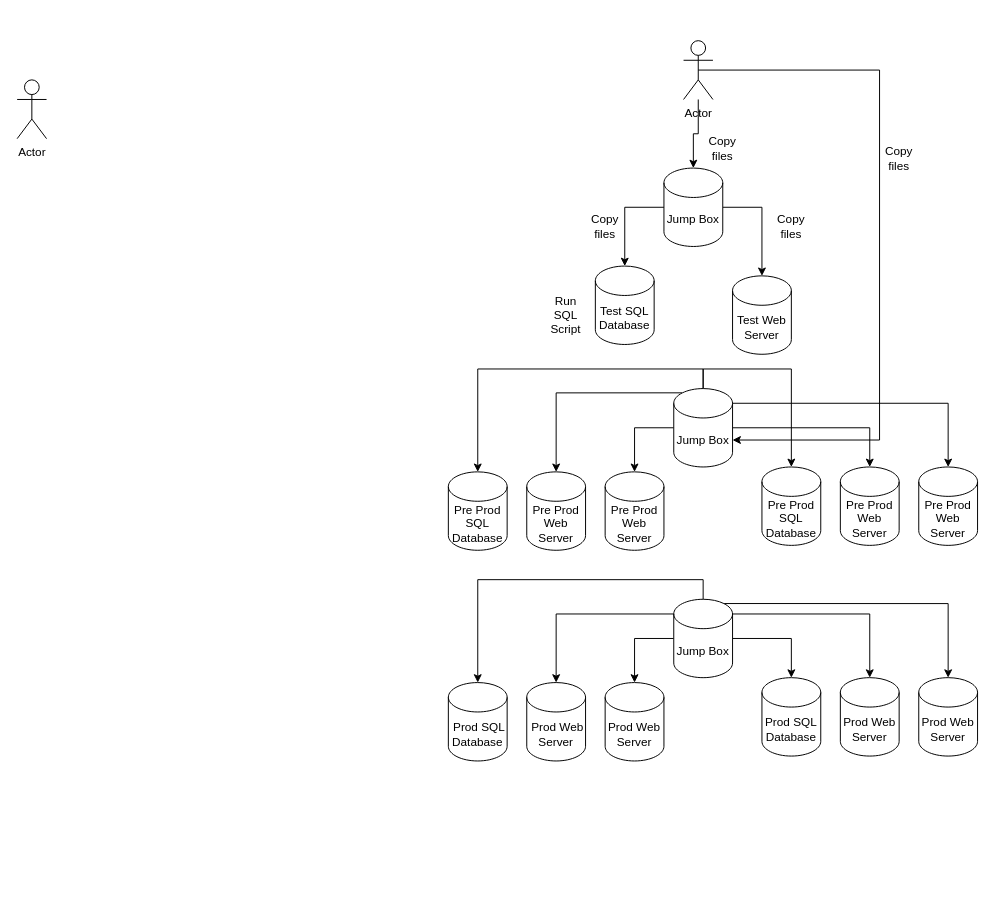
Earlier version of the draw.io diagram AutomatedDeployments.drawio (mattwatts36/drawings). Source tidied: cells renumbered, new cells numbered last; positions are measured from the earlier drawing's top-left corner, leaving out a move shared by most shapes. Both pictures are drawn from the tidied source at 98%, with x=0, y=0 at pixel (17, 40).
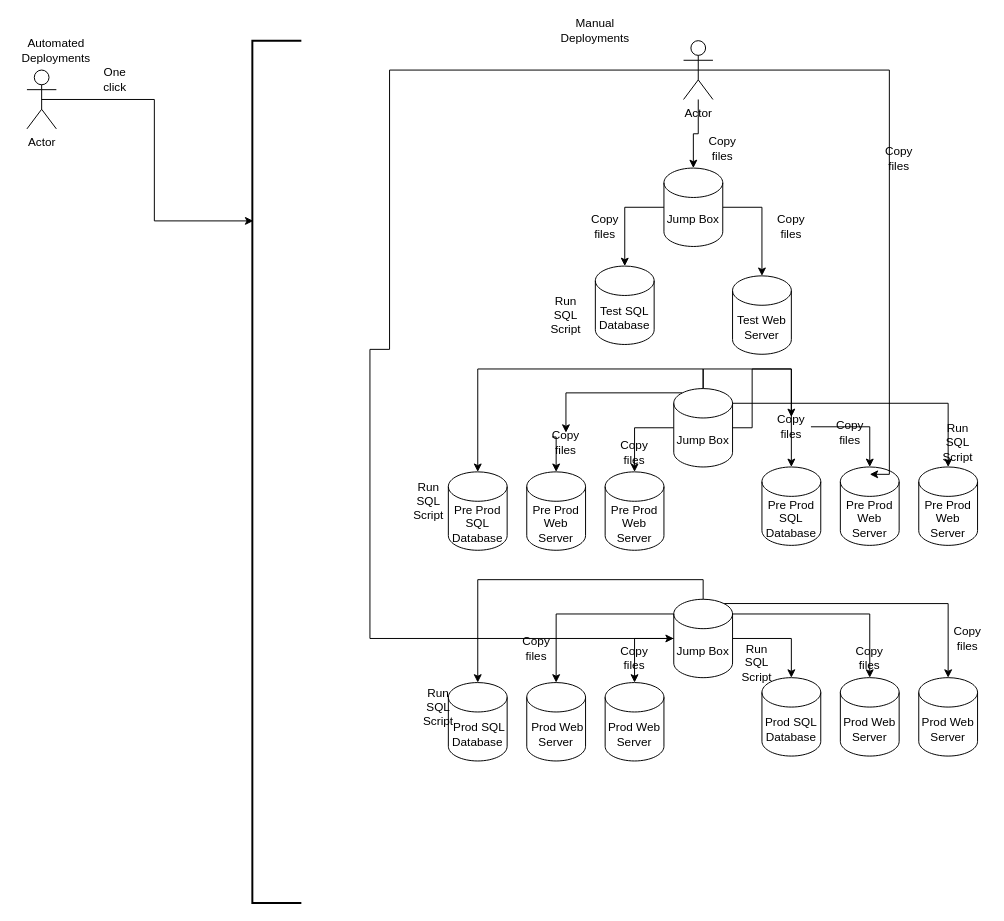
Above is the later version.

The change refers to these unchanged cells:
```xml
<mxCell id="5" value="Actor" style="shape=umlActor;verticalLabelPosition=bottom;verticalAlign=top;html=1;outlineConnect=0;" parent="1" vertex="1">
  <mxGeometry x="680" width="30" height="60" as="geometry" />
</mxCell>
<mxCell id="9" value="Pre Prod Web Server" style="shape=cylinder3;whiteSpace=wrap;html=1;boundedLbl=1;backgroundOutline=1;size=15;" parent="1" vertex="1">
  <mxGeometry x="520" y="440" width="60" height="80" as="geometry" />
</mxCell>
<mxCell id="19" value="Pre Prod Web Server" style="shape=cylinder3;whiteSpace=wrap;html=1;boundedLbl=1;backgroundOutline=1;size=15;" parent="1" vertex="1">
  <mxGeometry x="840" y="435" width="60" height="80" as="geometry" />
</mxCell>
<mxCell id="27" value="Jump Box" style="shape=cylinder3;whiteSpace=wrap;html=1;boundedLbl=1;backgroundOutline=1;size=15;" parent="1" vertex="1">
  <mxGeometry x="670" y="355" width="60" height="80" as="geometry" />
</mxCell>
<mxCell id="35" value="Jump Box" style="shape=cylinder3;whiteSpace=wrap;html=1;boundedLbl=1;backgroundOutline=1;size=15;" parent="1" vertex="1">
  <mxGeometry x="670" y="570" width="60" height="80" as="geometry" />
</mxCell>
```

What changed in the source:
```diff
@@
+    <mxCell id="42" style="edgeStyle=orthogonalEdgeStyle;rounded=0;jettySize=auto;html=1;exitX=0.5;exitY=0.5;exitDx=0;exitDy=0;exitPerimeter=0;entryX=0.02;entryY=0.209;entryDx=0;entryDy=0;entryPerimeter=0;" parent="1" edge="1" source="2" target="61">
+      <mxGeometry relative="1" as="geometry" />
+    </mxCell>
     <mxCell id="2" value="Actor" style="shape=umlActor;verticalLabelPosition=bottom;verticalAlign=top;html=1;outlineConnect=0;" parent="1" vertex="1">
-      <mxGeometry y="40" width="30" height="60" as="geometry" />
+      <mxGeometry x="10" y="30" width="30" height="60" as="geometry" />
     </mxCell>
@@
-    <mxCell id="4" style="edgeStyle=orthogonalEdgeStyle;rounded=0;jettySize=auto;html=1;exitX=0.5;exitY=0.5;exitDx=0;exitDy=0;exitPerimeter=0;entryX=1;entryY=0;entryDx=0;entryDy=52.5;entryPerimeter=0;" parent="1" edge="1" source="5" target="27">
-      <mxGeometry relative="1" as="geometry">
-        <Array as="points">
-          <mxPoint x="880" y="30" />
-          <mxPoint x="880" y="408" />
-        </Array>
-      </mxGeometry>
-    </mxCell>
+    <mxCell id="43" style="edgeStyle=orthogonalEdgeStyle;rounded=0;jettySize=auto;html=1;exitX=0.5;exitY=0.5;exitDx=0;exitDy=0;exitPerimeter=0;" parent="1" edge="1" source="5" target="35">
+      <mxGeometry relative="1" as="geometry">
+        <Array as="points">
+          <mxPoint x="380" y="30" />
+          <mxPoint x="380" y="315" />
+          <mxPoint x="360" y="315" />
+          <mxPoint x="360" y="610" />
+        </Array>
+      </mxGeometry>
+    </mxCell>
@@
-    <mxCell id="22" style="edgeStyle=orthogonalEdgeStyle;rounded=0;jettySize=auto;html=1;exitX=0.145;exitY=0;exitDx=0;exitDy=4.35;exitPerimeter=0;entryX=0.5;entryY=0;entryDx=0;entryDy=0;entryPerimeter=0;" parent="1" edge="1" source="27" target="9">
+    <mxCell id="22" style="edgeStyle=orthogonalEdgeStyle;rounded=0;jettySize=auto;html=1;exitX=0.145;exitY=0;exitDx=0;exitDy=4.35;exitPerimeter=0;entryX=0.5;entryY=0;entryDx=0;entryDy=0;entryPerimeter=0;" parent="1" edge="1" source="46" target="9">
       <mxGeometry relative="1" as="geometry" />
     </mxCell>
@@
-    <mxCell id="25" style="edgeStyle=orthogonalEdgeStyle;rounded=0;jettySize=auto;html=1;exitX=1;exitY=0.5;exitDx=0;exitDy=0;exitPerimeter=0;entryX=0.5;entryY=0;entryDx=0;entryDy=0;entryPerimeter=0;" parent="1" edge="1" source="27" target="19">
+    <mxCell id="25" style="edgeStyle=orthogonalEdgeStyle;rounded=0;jettySize=auto;html=1;exitX=1;exitY=0.5;exitDx=0;exitDy=0;exitPerimeter=0;entryX=0.5;entryY=0;entryDx=0;entryDy=0;entryPerimeter=0;" parent="1" edge="1" source="51" target="19">
       <mxGeometry relative="1" as="geometry" />
     </mxCell>
@@
+    <mxCell id="44" value="Run SQL Script" style="text;html=1;strokeColor=none;fillColor=none;align=center;verticalAlign=middle;whiteSpace=wrap;rounded=0;" parent="1" vertex="1">
+      <mxGeometry x="400" y="460" width="40" height="20" as="geometry" />
+    </mxCell>
+    <mxCell id="45" value="Run SQL Script" style="text;html=1;strokeColor=none;fillColor=none;align=center;verticalAlign=middle;whiteSpace=wrap;rounded=0;" parent="1" vertex="1">
+      <mxGeometry x="940" y="400" width="40" height="20" as="geometry" />
+    </mxCell>
+    <mxCell id="46" value="Copy files" style="text;html=1;strokeColor=none;fillColor=none;align=center;verticalAlign=middle;whiteSpace=wrap;rounded=0;" parent="1" vertex="1">
+      <mxGeometry x="540" y="400" width="40" height="20" as="geometry" />
+    </mxCell>
+    <mxCell id="47" style="edgeStyle=orthogonalEdgeStyle;rounded=0;jettySize=auto;html=1;exitX=0.145;exitY=0;exitDx=0;exitDy=4.35;exitPerimeter=0;entryX=0.5;entryY=0;entryDx=0;entryDy=0;entryPerimeter=0;" parent="1" edge="1" source="27" target="46">
+      <mxGeometry relative="1" as="geometry" />
+    </mxCell>
+    <mxCell id="48" value="Copy files" style="text;html=1;strokeColor=none;fillColor=none;align=center;verticalAlign=middle;whiteSpace=wrap;rounded=0;" parent="1" vertex="1">
+      <mxGeometry x="610" y="410" width="40" height="20" as="geometry" />
+    </mxCell>
+    <mxCell id="49" value="Copy files" style="text;html=1;strokeColor=none;fillColor=none;align=center;verticalAlign=middle;whiteSpace=wrap;rounded=0;" parent="1" vertex="1">
+      <mxGeometry x="830" y="390" width="40" height="20" as="geometry" />
+    </mxCell>
+    <mxCell id="50" style="edgeStyle=orthogonalEdgeStyle;rounded=0;jettySize=auto;html=1;exitX=0.5;exitY=0.5;exitDx=0;exitDy=0;exitPerimeter=0;entryX=1;entryY=0;entryDx=0;entryDy=52.5;entryPerimeter=0;" parent="1" edge="1" source="5" target="49">
+      <mxGeometry relative="1" as="geometry" />
+    </mxCell>
+    <mxCell id="51" value="Copy files" style="text;html=1;strokeColor=none;fillColor=none;align=center;verticalAlign=middle;whiteSpace=wrap;rounded=0;" parent="1" vertex="1">
+      <mxGeometry x="770" y="384" width="40" height="20" as="geometry" />
+    </mxCell>
+    <mxCell id="52" style="edgeStyle=orthogonalEdgeStyle;rounded=0;jettySize=auto;html=1;exitX=1;exitY=0.5;exitDx=0;exitDy=0;exitPerimeter=0;entryX=0.5;entryY=0;entryDx=0;entryDy=0;entryPerimeter=0;" parent="1" edge="1" source="27" target="51">
+      <mxGeometry relative="1" as="geometry" />
+    </mxCell>
+    <mxCell id="53" value="Run SQL Script" style="text;html=1;strokeColor=none;fillColor=none;align=center;verticalAlign=middle;whiteSpace=wrap;rounded=0;" parent="1" vertex="1">
+      <mxGeometry x="410" y="670" width="40" height="20" as="geometry" />
+    </mxCell>
+    <mxCell id="54" value="Run SQL Script" style="text;html=1;strokeColor=none;fillColor=none;align=center;verticalAlign=middle;whiteSpace=wrap;rounded=0;" parent="1" vertex="1">
+      <mxGeometry x="730" y="630" width="50" height="10" as="geometry" />
+    </mxCell>
+    <mxCell id="55" value="Copy files" style="text;html=1;strokeColor=none;fillColor=none;align=center;verticalAlign=middle;whiteSpace=wrap;rounded=0;" parent="1" vertex="1">
+      <mxGeometry x="510" y="610" width="40" height="20" as="geometry" />
+    </mxCell>
+    <mxCell id="56" value="Copy files" style="text;html=1;strokeColor=none;fillColor=none;align=center;verticalAlign=middle;whiteSpace=wrap;rounded=0;" parent="1" vertex="1">
+      <mxGeometry x="610" y="620" width="40" height="20" as="geometry" />
+    </mxCell>
+    <mxCell id="57" value="Copy files" style="text;html=1;strokeColor=none;fillColor=none;align=center;verticalAlign=middle;whiteSpace=wrap;rounded=0;" parent="1" vertex="1">
+      <mxGeometry x="850" y="620" width="40" height="20" as="geometry" />
+    </mxCell>
+    <mxCell id="58" value="Copy files" style="text;html=1;strokeColor=none;fillColor=none;align=center;verticalAlign=middle;whiteSpace=wrap;rounded=0;" parent="1" vertex="1">
+      <mxGeometry x="950" y="600" width="40" height="20" as="geometry" />
+    </mxCell>
+    <mxCell id="59" value="Manual Deployments" style="text;html=1;strokeColor=none;fillColor=none;align=center;verticalAlign=middle;whiteSpace=wrap;rounded=0;" parent="1" vertex="1">
+      <mxGeometry x="570" y="-20" width="40" height="20" as="geometry" />
+    </mxCell>
+    <mxCell id="60" value="Automated Deployments" style="text;html=1;strokeColor=none;fillColor=none;align=center;verticalAlign=middle;whiteSpace=wrap;rounded=0;" parent="1" vertex="1">
+      <mxGeometry x="20" width="40" height="20" as="geometry" />
+    </mxCell>
+    <mxCell id="61" style="strokeWidth=2;html=1;shape=mxgraph.flowchart.annotation_1;align=left;" parent="1" vertex="1">
+      <mxGeometry x="240" width="50" height="880" as="geometry" />
+    </mxCell>
+    <mxCell id="62" value="One click" style="text;html=1;strokeColor=none;fillColor=none;align=center;verticalAlign=middle;whiteSpace=wrap;rounded=0;" parent="1" vertex="1">
+      <mxGeometry x="80" y="30" width="40" height="20" as="geometry" />
+    </mxCell>
```
